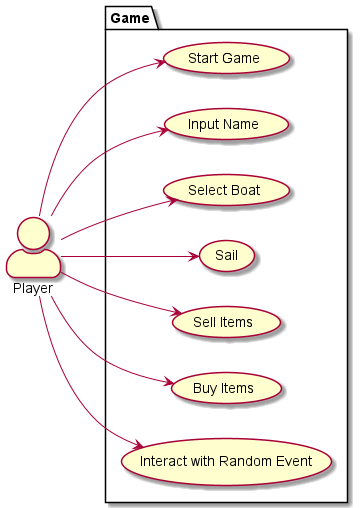
The PlantUML diagram Use case diagram.png in JamieBarnes964/SENG201-2021S1-Project, before a commit.
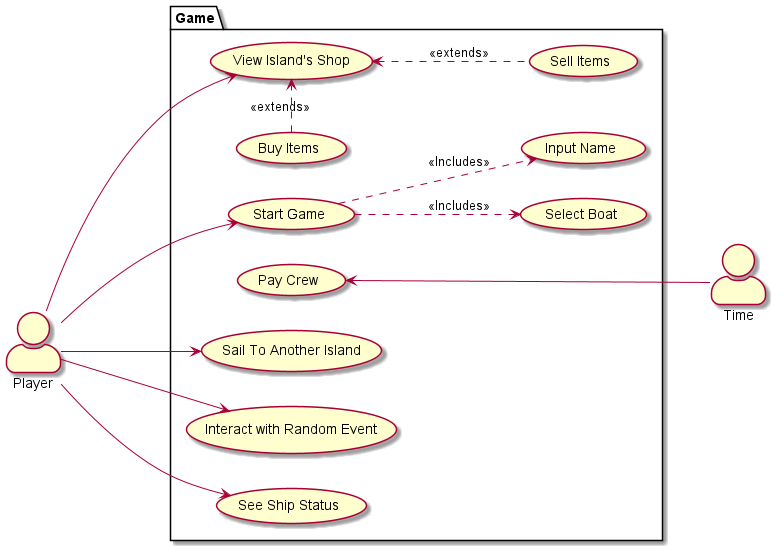
After the commit.

Commit message:
Update use case diagram

Updated the use case diagram to include more information

Diff of the diagram source:
```diff
@@ -5,23 +5,31 @@
 left to right direction
 
 actor Player as p
+actor Time as t
 
 package Game {
 	usecase "Start Game" as UC1
-	usecase "Input Name" as UC2
-	usecase "Select Boat" as UC3
-	usecase "Sail" as UC4
-  	usecase "Sell Items" as UC5
-  	usecase "Buy Items" as UC6
-	usecase "Interact with Random Event" as UC7
+	usecase "Sail To Another Island" as UC2
+	usecase "View Island's Shop" as UC3
+	usecase "Interact with Random Event" as UC4
+	usecase "See Ship Status" as UC5
+	usecase "Pay Crew" as UC6
+	usecase "Input Name" as IC1
+	usecase "Select Boat" as IC2
+  	usecase "Sell Items" as EC1
+  	usecase "Buy Items" as EC2
 }
 
-p --> UC1
-p --> UC2
-p --> UC3
-p --> UC4
-p --> UC5
-p --> UC6
-p --> UC7
+p ---> UC1
+p ---> UC2
+p ---> UC3
+p ---> UC4
+p ---> UC5
+t -up--> UC6
+UC1 ..> IC1 : <<Includes>>
+UC1 ..> IC2 : <<Includes>>
+
+EC1 .up.> UC3 : <<extends>>
+EC2 .right.> UC3 : <<extends>>
 
 @enduml
```
